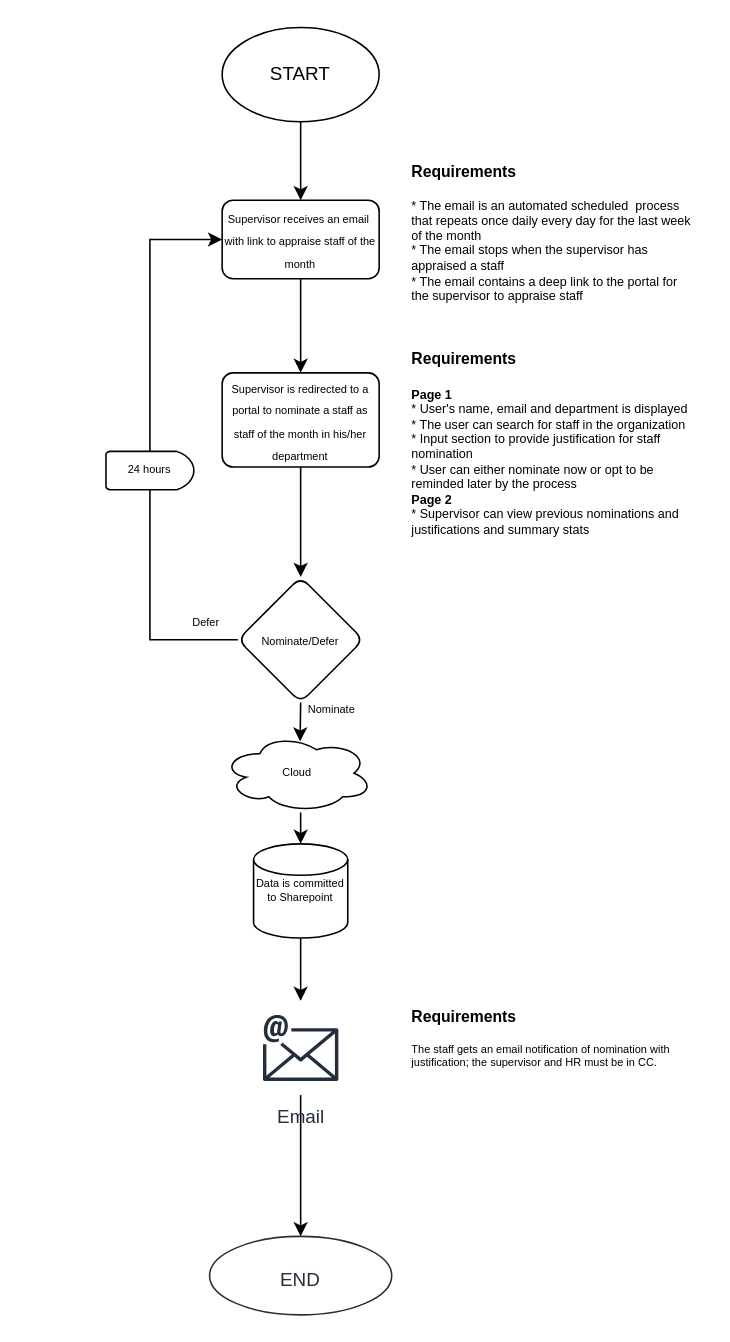
Earlier version of the draw.io diagram Staff Appraisal.drawio (richardogoma/staff-appraisal-app). Source tidied: cells renumbered, new cells numbered last; positions are measured from the earlier drawing's top-left corner, leaving out a move shared by most shapes. Both pictures are drawn from the tidied source at 157%, with x=0, y=0 at pixel (105, 27).
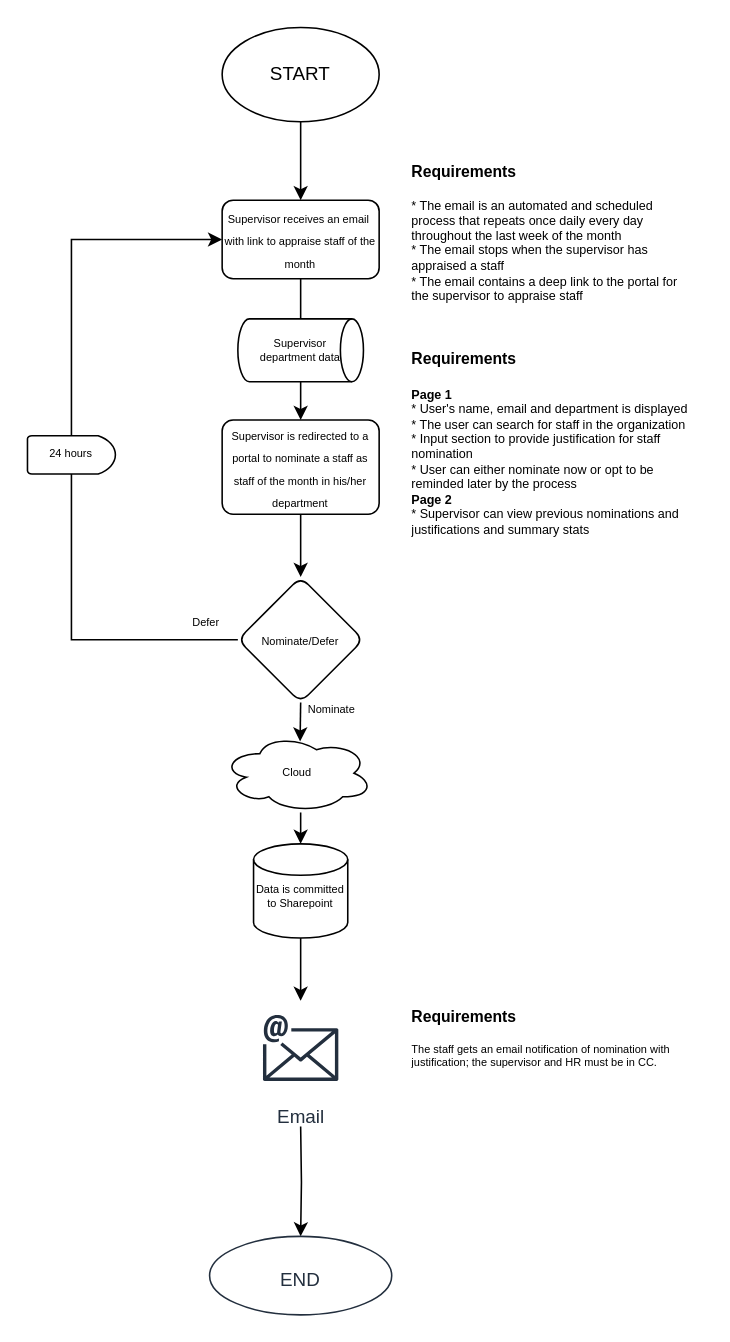
The same diagram, later.

Unchanged cells that the change refers to:
```xml
<mxCell id="7" value="&lt;font style=&quot;font-size: 7px;&quot;&gt;Supervisor receives an email&amp;nbsp; with link to appraise staff of the month&lt;/font&gt;" style="rounded=1;whiteSpace=wrap;html=1;absoluteArcSize=1;arcSize=14;strokeWidth=1;" parent="1" vertex="1">
  <mxGeometry x="74" y="110" width="100" height="50" as="geometry" />
</mxCell>
<mxCell id="12" value="&lt;font style=&quot;font-size: 7px;&quot;&gt;Nominate/Defer&lt;/font&gt;" style="rhombus;whiteSpace=wrap;html=1;rounded=1;arcSize=14;strokeWidth=1;" parent="1" vertex="1">
  <mxGeometry x="84" y="350" width="80" height="80" as="geometry" />
</mxCell>
<mxCell id="24" value="&lt;br&gt;END" style="ellipse;whiteSpace=wrap;html=1;verticalAlign=top;fillColor=#ffffff;strokeColor=#232F3E;fontColor=#232F3E;sketch=0;gradientColor=none;dashed=0;fontStyle=0;" parent="1" vertex="1">
  <mxGeometry x="66" y="770" width="116" height="50" as="geometry" />
</mxCell>
```

Change to the diagram source:
```diff
@@
-    <mxCell id="2" style="edgeStyle=orthogonalEdgeStyle;rounded=0;jettySize=auto;html=1;fontSize=7;" parent="1" edge="1" source="3" target="24">
-      <mxGeometry relative="1" as="geometry" />
+    <mxCell id="2" style="edgeStyle=orthogonalEdgeStyle;rounded=0;jettySize=auto;html=1;fontSize=7;" parent="1" edge="1" target="24">
+      <mxGeometry relative="1" as="geometry">
+        <mxPoint x="124" y="700" as="sourcePoint" />
+      </mxGeometry>
     </mxCell>
-    <mxCell id="3" value="Email" style="sketch=0;outlineConnect=0;fontColor=#232F3E;gradientColor=none;strokeColor=#232F3E;fillColor=#ffffff;dashed=0;verticalLabelPosition=bottom;verticalAlign=top;align=center;html=1;fontSize=12;fontStyle=0;shape=mxgraph.aws4.resourceIcon;resIcon=mxgraph.aws4.email;fillOpacity=100;" parent="1" vertex="1">
+    <mxCell id="3" value="Email" style="sketch=0;outlineConnect=0;fontColor=#232F3E;gradientColor=none;strokeColor=#232F3E;fillColor=#ffffff;dashed=0;verticalLabelPosition=bottom;verticalAlign=top;align=center;html=1;fontSize=12;fontStyle=0;shape=mxgraph.aws4.resourceIcon;resIcon=mxgraph.aws4.email;fillOpacity=100;strokeWidth=1;" parent="1" vertex="1">
       <mxGeometry x="94" y="620" width="60" height="60" as="geometry" />
     </mxCell>
@@
-    <mxCell id="6" style="edgeStyle=orthogonalEdgeStyle;rounded=0;jettySize=auto;html=1;fontSize=7;" parent="1" edge="1" source="7" target="9">
+    <mxCell id="6" style="edgeStyle=orthogonalEdgeStyle;rounded=0;jettySize=auto;html=1;fontSize=7;startArrow=none;" parent="1" edge="1" source="25" target="9">
       <mxGeometry relative="1" as="geometry" />
     </mxCell>
@@
     <mxCell id="9" value="&lt;font style=&quot;font-size: 7px;&quot;&gt;Supervisor is redirected to a portal to nominate a staff as staff of the month in his/her department&lt;/font&gt;" style="rounded=1;whiteSpace=wrap;html=1;absoluteArcSize=1;arcSize=14;strokeWidth=1;" parent="1" vertex="1">
-      <mxGeometry x="74" y="220" width="100" height="60" as="geometry" />
+      <mxGeometry x="74" y="250" width="100" height="60" as="geometry" />
     </mxCell>
-    <mxCell id="10" value="&lt;h1&gt;&lt;font style=&quot;font-size: 10px;&quot;&gt;Requirements&lt;/font&gt;&lt;/h1&gt;&lt;p style=&quot;font-size: 9px;&quot;&gt;&lt;/p&gt;&lt;font style=&quot;font-size: 8px;&quot;&gt;&lt;span style=&quot;background-color: initial;&quot;&gt;* The email is an automated scheduled&amp;nbsp; process that repeats once daily every day for the last week of the month&lt;/span&gt;&lt;br&gt;&lt;span style=&quot;background-color: initial;&quot;&gt;* The email stops when the supervisor has appraised a staff&lt;/span&gt;&lt;br&gt;&lt;span style=&quot;background-color: initial;&quot;&gt;* The email contains a deep link&amp;nbsp;to the portal for the supervisor to appraise staff&lt;/span&gt;&lt;/font&gt;&lt;br&gt;&lt;p&gt;&lt;/p&gt;" style="text;html=1;strokeColor=none;fillColor=none;spacing=5;spacingTop=-20;whiteSpace=wrap;overflow=hidden;rounded=0;fontSize=7;" parent="1" vertex="1">
+    <mxCell id="10" value="&lt;h1&gt;&lt;font style=&quot;font-size: 10px;&quot;&gt;Requirements&lt;/font&gt;&lt;/h1&gt;&lt;p style=&quot;font-size: 9px;&quot;&gt;&lt;/p&gt;&lt;font style=&quot;font-size: 8px;&quot;&gt;&lt;span style=&quot;background-color: initial;&quot;&gt;* The email is an automated and scheduled&amp;nbsp; process that repeats once daily every day throughout the last week of the month&lt;/span&gt;&lt;br&gt;&lt;span style=&quot;background-color: initial;&quot;&gt;* The email stops when the supervisor has appraised a staff&lt;/span&gt;&lt;br&gt;&lt;span style=&quot;background-color: initial;&quot;&gt;* The email contains a deep link&amp;nbsp;to the portal for the supervisor to appraise staff&lt;/span&gt;&lt;/font&gt;&lt;br&gt;&lt;p&gt;&lt;/p&gt;" style="text;html=1;strokeColor=none;fillColor=none;spacing=5;spacingTop=-20;whiteSpace=wrap;overflow=hidden;rounded=0;fontSize=7;" parent="1" vertex="1">
       <mxGeometry x="190" y="84.4" width="190" height="101.2" as="geometry" />
     </mxCell>
@@
     <mxCell id="13" style="endArrow=classic;html=1;rounded=0;fontSize=7;exitX=0.5;exitY=0;exitDx=0;exitDy=0;entryX=0;entryY=0.5;entryDx=0;entryDy=0;startArrow=none;exitPerimeter=0;" parent="1" edge="1" source="15" target="7">
       <mxGeometry relative="1" as="geometry">
         <Array as="points">
-          <mxPoint x="28" y="135" />
+          <mxPoint x="-22" y="135" />
         </Array>
       </mxGeometry>
     </mxCell>
@@
     <mxCell id="15" value="24 hours" style="strokeWidth=1;html=1;shape=mxgraph.flowchart.delay;whiteSpace=wrap;fontSize=7;" parent="1" vertex="1">
-      <mxGeometry y="270" width="56" height="24.4" as="geometry" />
+      <mxGeometry x="-50" y="260" width="56" height="24.4" as="geometry" />
     </mxCell>
     <mxCell id="16" style="endArrow=none;html=1;rounded=0;fontSize=7;exitX=0;exitY=0.5;exitDx=0;exitDy=0;entryX=0.5;entryY=1;entryDx=0;entryDy=0;entryPerimeter=0;" parent="1" edge="1" source="12" target="15">
       <mxGeometry relative="1" as="geometry">
         <Array as="points">
           <mxPoint x="28" y="390" />
+          <mxPoint x="-22" y="390" />
         </Array>
       </mxGeometry>
     </mxCell>
@@
-    <mxCell id="18" value="Data is committed to Sharepoint" style="strokeWidth=1;html=1;shape=mxgraph.flowchart.database;whiteSpace=wrap;fontSize=7;" parent="1" vertex="1">
+    <mxCell id="18" value="&lt;br&gt;Data is committed to Sharepoint" style="strokeWidth=1;html=1;shape=mxgraph.flowchart.database;whiteSpace=wrap;fontSize=7;" parent="1" vertex="1">
       <mxGeometry x="94" y="520" width="60" height="60" as="geometry" />
     </mxCell>
@@
+    <mxCell id="25" value="Supervisor &lt;br&gt;department data" style="strokeWidth=1;html=1;shape=mxgraph.flowchart.direct_data;whiteSpace=wrap;fontSize=7;" parent="1" vertex="1">
+      <mxGeometry x="84" y="185.6" width="80" height="40" as="geometry" />
+    </mxCell>
+    <mxCell id="26" style="edgeStyle=orthogonalEdgeStyle;rounded=0;jettySize=auto;html=1;fontSize=7;endArrow=none;" parent="1" edge="1" source="7" target="25">
+      <mxGeometry relative="1" as="geometry" />
+    </mxCell>
```
